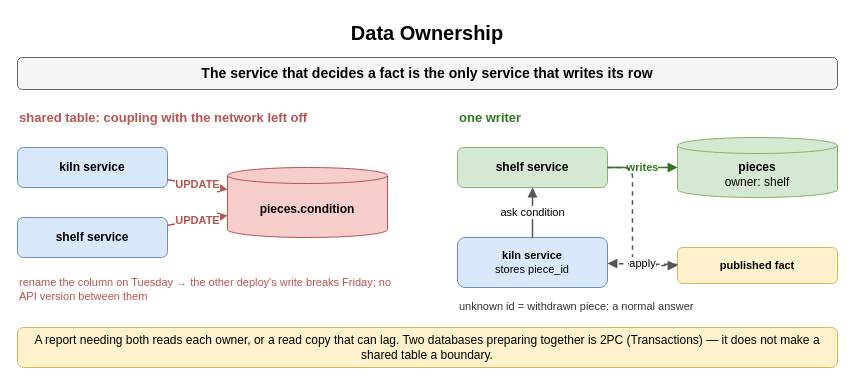
amendez13/swe-study-guide keeps this draw.io diagram as page "Data Ownership" (4 of 9) of content/09_System_Design_Interview/12_Microservices_and_System_Decomposition/diagrams/microservices.drawio. Above is the earlier version. Source tidied: cells renumbered, new cells numbered last; positions are measured from the earlier drawing's top-left corner, leaving out a move shared by most shapes. Both pictures are drawn from the tidied source at 100%, with x=0, y=0 at pixel (17, 17).
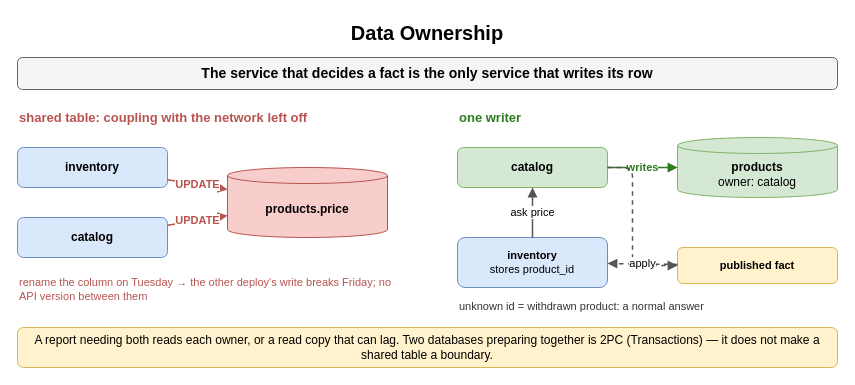
Above is the later version.

Change to the diagram source:
```diff
@@
-    <mxCell id="5" value="kiln service" style="rounded=1;whiteSpace=wrap;html=1;fillColor=#dae8fc;strokeColor=#6c8ebf;fontSize=12;align=center;fontStyle=1;" parent="1" vertex="1">
+    <mxCell id="5" value="inventory" style="rounded=1;whiteSpace=wrap;html=1;fillColor=#dae8fc;strokeColor=#6c8ebf;fontSize=12;align=center;fontStyle=1;" parent="1" vertex="1">
       <mxGeometry y="130" width="150" height="40" as="geometry" />
     </mxCell>
-    <mxCell id="6" value="shelf service" style="rounded=1;whiteSpace=wrap;html=1;fillColor=#dae8fc;strokeColor=#6c8ebf;fontSize=12;align=center;fontStyle=1;" parent="1" vertex="1">
+    <mxCell id="6" value="catalog" style="rounded=1;whiteSpace=wrap;html=1;fillColor=#dae8fc;strokeColor=#6c8ebf;fontSize=12;align=center;fontStyle=1;" parent="1" vertex="1">
       <mxGeometry y="200" width="150" height="40" as="geometry" />
     </mxCell>
-    <mxCell id="7" value="pieces.condition" style="shape=cylinder3;whiteSpace=wrap;html=1;boundedLbl=1;backgroundOutline=1;size=8;fillColor=#f8cecc;strokeColor=#b85450;fontStyle=1;fontSize=12;" parent="1" vertex="1">
+    <mxCell id="7" value="products.price" style="shape=cylinder3;whiteSpace=wrap;html=1;boundedLbl=1;backgroundOutline=1;size=8;fillColor=#f8cecc;strokeColor=#b85450;fontStyle=1;fontSize=12;" parent="1" vertex="1">
       <mxGeometry x="210" y="150" width="160" height="70" as="geometry" />
     </mxCell>
@@
-    <mxCell id="12" value="shelf service" style="rounded=1;whiteSpace=wrap;html=1;fillColor=#d5e8d4;strokeColor=#82b366;fontSize=12;align=center;fontStyle=1;" parent="1" vertex="1">
+    <mxCell id="12" value="catalog" style="rounded=1;whiteSpace=wrap;html=1;fillColor=#d5e8d4;strokeColor=#82b366;fontSize=12;align=center;fontStyle=1;" parent="1" vertex="1">
       <mxGeometry x="440" y="130" width="150" height="40" as="geometry" />
     </mxCell>
-    <mxCell id="13" value="pieces&lt;br&gt;&lt;span style='font-weight:normal'&gt;owner: shelf&lt;/span&gt;" style="shape=cylinder3;whiteSpace=wrap;html=1;boundedLbl=1;backgroundOutline=1;size=8;fillColor=#d5e8d4;strokeColor=#82b366;fontStyle=1;fontSize=12;" parent="1" vertex="1">
+    <mxCell id="13" value="products&lt;br&gt;&lt;span style='font-weight:normal'&gt;owner: catalog&lt;/span&gt;" style="shape=cylinder3;whiteSpace=wrap;html=1;boundedLbl=1;backgroundOutline=1;size=8;fillColor=#d5e8d4;strokeColor=#82b366;fontStyle=1;fontSize=12;" parent="1" vertex="1">
       <mxGeometry x="660" y="120" width="160" height="60" as="geometry" />
     </mxCell>
@@
-    <mxCell id="15" value="kiln service&lt;br&gt;&lt;span style='font-weight:normal'&gt;stores piece_id&lt;/span&gt;" style="rounded=1;whiteSpace=wrap;html=1;fillColor=#dae8fc;strokeColor=#6c8ebf;fontSize=11;align=center;fontStyle=1;" parent="1" vertex="1">
+    <mxCell id="15" value="inventory&lt;br&gt;&lt;span style='font-weight:normal'&gt;stores product_id&lt;/span&gt;" style="rounded=1;whiteSpace=wrap;html=1;fillColor=#dae8fc;strokeColor=#6c8ebf;fontSize=11;align=center;fontStyle=1;" parent="1" vertex="1">
       <mxGeometry x="440" y="220" width="150" height="50" as="geometry" />
     </mxCell>
-    <mxCell id="16" value="ask condition" style="endArrow=block;endSize=6;html=1;strokeWidth=1.5;strokeColor=#555555;fontSize=11;labelBackgroundColor=#ffffff;" parent="1" edge="1" source="15" target="12">
+    <mxCell id="16" value="ask price" style="endArrow=block;endSize=6;html=1;strokeWidth=1.5;strokeColor=#555555;fontSize=11;labelBackgroundColor=#ffffff;" parent="1" edge="1" source="15" target="12">
       <mxGeometry relative="1" as="geometry" />
     </mxCell>
@@
-    <mxCell id="20" value="unknown id = withdrawn piece: a normal answer" style="text;html=1;whiteSpace=wrap;fontSize=11;align=left;verticalAlign=middle;fontSize=11;fontColor=#333333;" parent="1" vertex="1">
+    <mxCell id="20" value="unknown id = withdrawn product: a normal answer" style="text;html=1;whiteSpace=wrap;fontSize=11;align=left;verticalAlign=middle;fontSize=11;fontColor=#333333;" parent="1" vertex="1">
       <mxGeometry x="440" y="280" width="380" height="18" as="geometry" />
     </mxCell>
```
